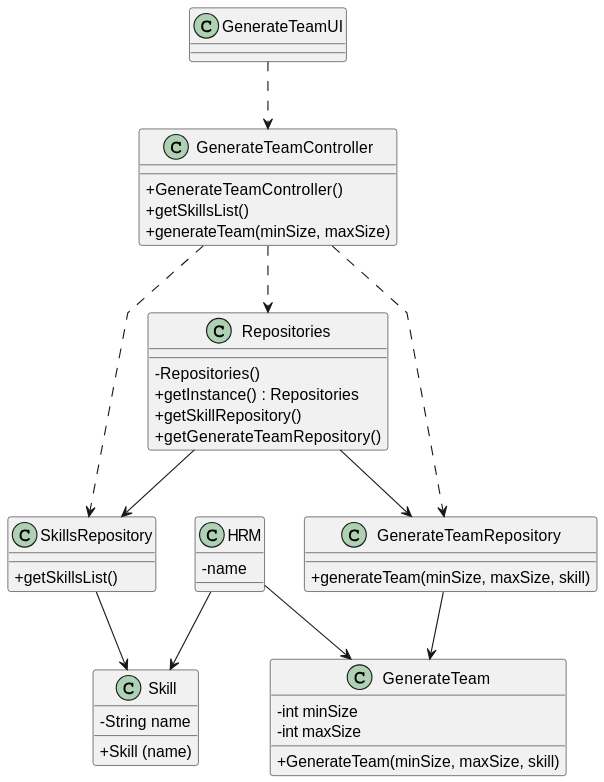
Above: docs/sprintA&B/us05/03.design/svg/us05-class-diagram.svg in daniel41silva05/ISEP_2023_2024_LAPR2 (PlantUML), before the change. The source it was exported from:
```plantuml
@startuml
skinparam packageStyle rectangle
skinparam shadowing false
skinparam linetype polyline

skinparam classAttributeIconSize 0


class GenerateTeam {
    - int minSize
    - int maxSize

    + GenerateTeam(minSize, maxSize, skill)

}

class Skill {
    - String name
    + Skill (name)

}

class SkillsRepository {
    + getSkillsList()
}

class GenerateTeamRepository {
    + generateTeam(minSize, maxSize, skill)
}

class Repositories {
    - Repositories()
    + getInstance() : Repositories
    + getSkillRepository()
    + getGenerateTeamRepository()
}

class HRM {
    - name
}

class GenerateTeamController {
    + GenerateTeamController()
    + getSkillsList()
    + generateTeam(minSize, maxSize)
}

class GenerateTeamUI {
}

GenerateTeamUI ..> GenerateTeamController
GenerateTeamController ..> Repositories
GenerateTeamController ..> GenerateTeamRepository
GenerateTeamController ..> SkillsRepository
Repositories --> GenerateTeamRepository
Repositories --> SkillsRepository
HRM --> GenerateTeam
HRM --> Skill
GenerateTeamRepository --> GenerateTeam
SkillsRepository --> Skill
@enduml
```
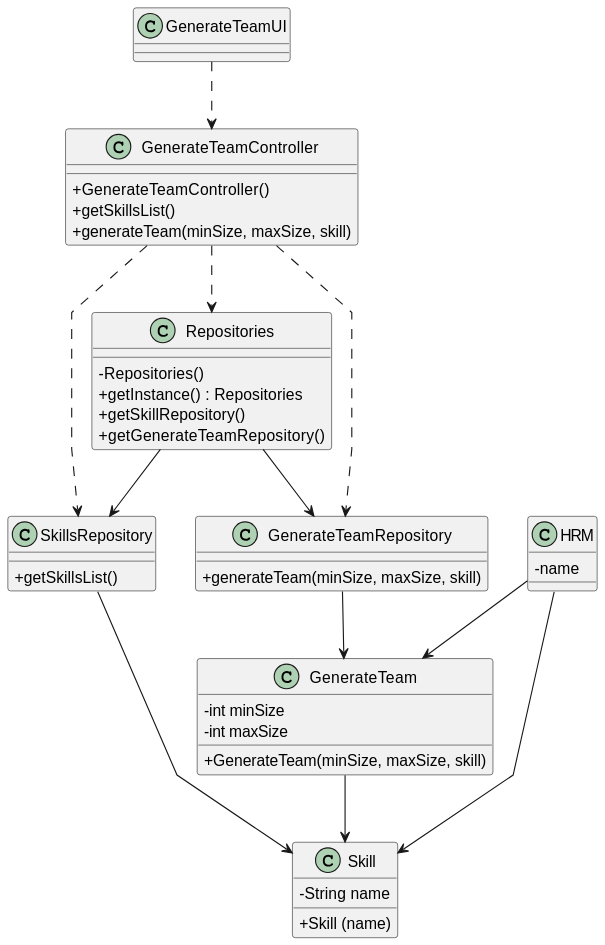
Above is the later version.

Commit message:
us05 class diagram update

What changed in the source:
```diff
@@ -35,6 +35,7 @@
     + getGenerateTeamRepository()
 }
 
+
 class HRM {
     - name
 }
@@ -42,7 +43,7 @@
 class GenerateTeamController {
     + GenerateTeamController()
     + getSkillsList()
-    + generateTeam(minSize, maxSize)
+    + generateTeam(minSize, maxSize, skill)
 }
 
 class GenerateTeamUI {
@@ -58,4 +59,5 @@
 HRM --> Skill
 GenerateTeamRepository --> GenerateTeam
 SkillsRepository --> Skill
+GenerateTeam --> Skill
 @enduml
```
